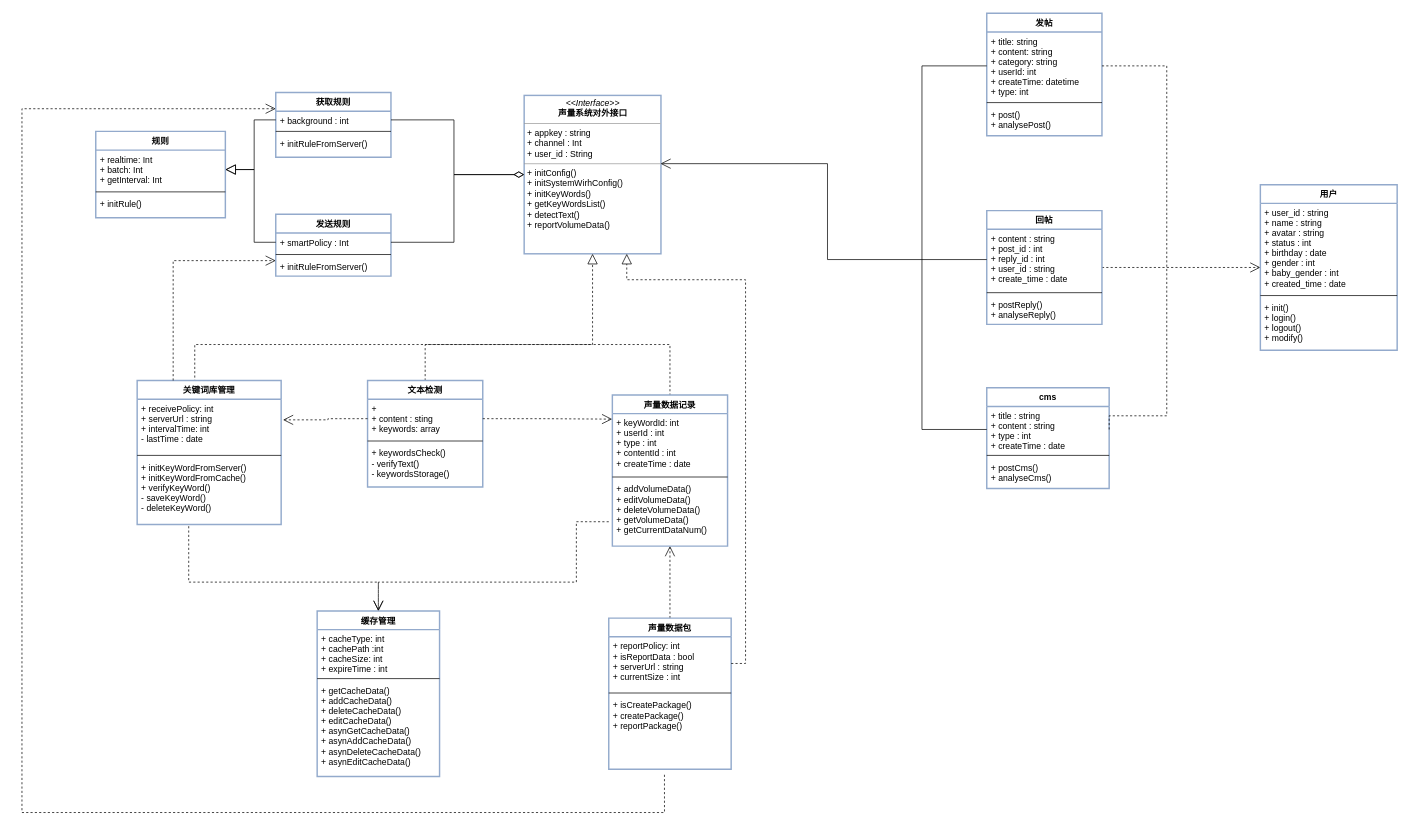
ikeyyang/uml keeps this draw.io diagram as page "Page-4" (4 of 5) of volume system.drawio. Above is the earlier version. Source tidied: cells renumbered, new cells numbered last; positions are measured from the earlier drawing's top-left corner, leaving out a move shared by most shapes. Both pictures are drawn from the tidied source at 72%, with x=0, y=0 at pixel (22, 13).
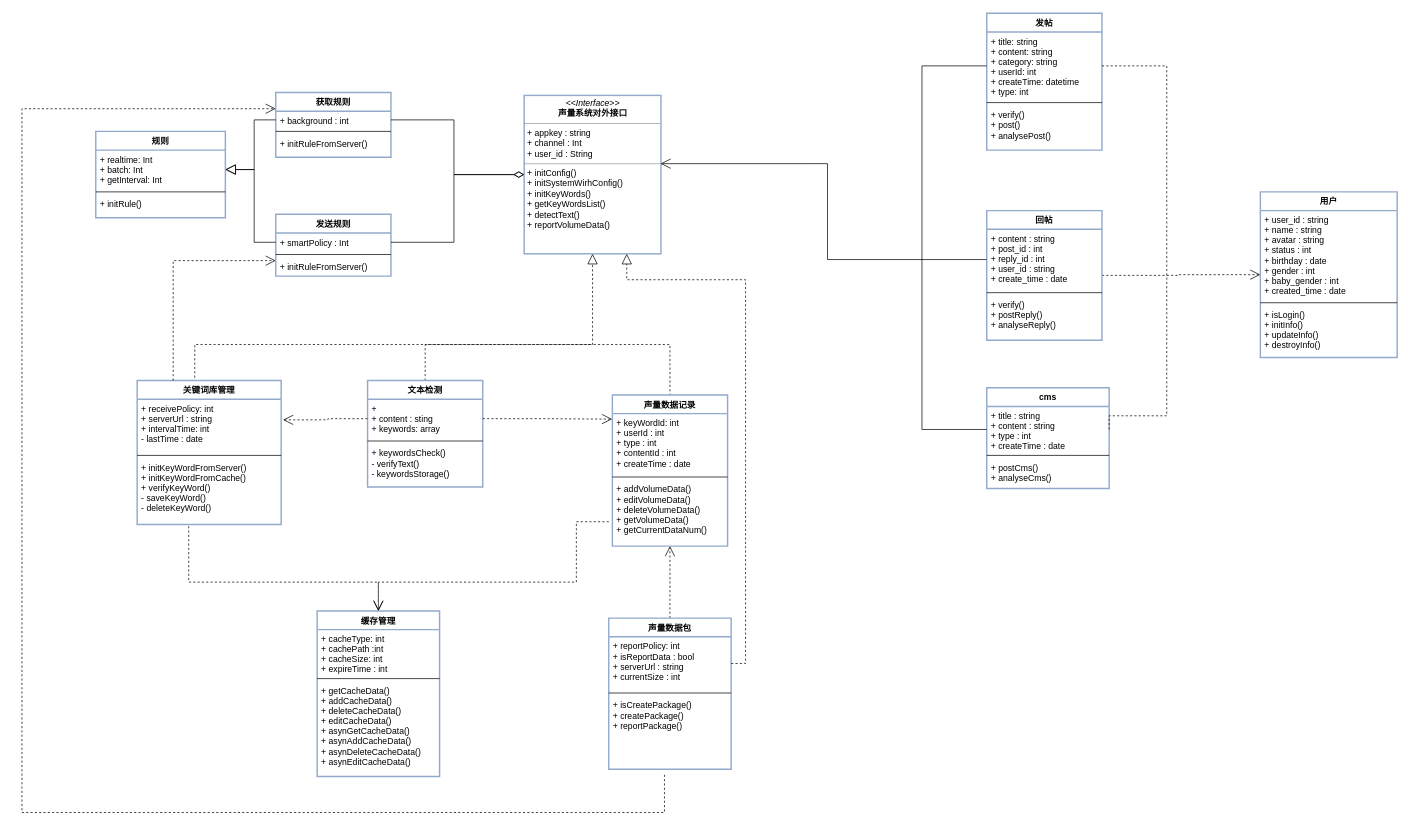
The same page after the edit.

Change to the diagram source:
```diff
@@
     <mxCell id="4" value="回帖" style="swimlane;fontStyle=1;align=center;verticalAlign=top;horizontal=1;startSize=26;strokeColor=#93AACC;strokeWidth=2;fillColor=none;" parent="1" vertex="1">
-      <mxGeometry x="1340" y="274" width="160" height="158" as="geometry" />
+      <mxGeometry x="1340" y="274" width="160" height="180" as="geometry" />
     </mxCell>
@@
-    <mxCell id="7" value="+ postReply()&#10;+ analyseReply()" style="text;strokeColor=none;fillColor=none;align=left;verticalAlign=top;spacingLeft=4;spacingRight=4;overflow=hidden;" parent="4" vertex="1">
-      <mxGeometry y="118" width="160" height="40" as="geometry" />
+    <mxCell id="7" value="+ verify()&#10;+ postReply()&#10;+ analyseReply()" style="text;strokeColor=none;fillColor=none;align=left;verticalAlign=top;spacingLeft=4;spacingRight=4;overflow=hidden;" parent="4" vertex="1">
+      <mxGeometry y="118" width="160" height="62" as="geometry" />
     </mxCell>
@@
     <mxCell id="12" value="发帖" style="swimlane;fontStyle=1;align=center;verticalAlign=top;horizontal=1;startSize=26;strokeColor=#93AACC;strokeWidth=2;fillColor=none;" parent="1" vertex="1">
-      <mxGeometry x="1340" width="160" height="170" as="geometry" />
+      <mxGeometry x="1340" width="160" height="190" as="geometry" />
     </mxCell>
@@
-    <mxCell id="15" value="+ post()&#10;+ analysePost()" style="text;strokeColor=none;fillColor=none;align=left;verticalAlign=top;spacingLeft=4;spacingRight=4;overflow=hidden;whiteSpace=wrap;" parent="12" vertex="1">
-      <mxGeometry y="128" width="160" height="42" as="geometry" />
+    <mxCell id="15" value="+ verify()&#10;+ post()&#10;+ analysePost()" style="text;strokeColor=none;fillColor=none;align=left;verticalAlign=top;spacingLeft=4;spacingRight=4;overflow=hidden;whiteSpace=wrap;" parent="12" vertex="1">
+      <mxGeometry y="128" width="160" height="62" as="geometry" />
     </mxCell>
@@
     <mxCell id="39" value="用户" style="swimlane;fontStyle=1;align=center;verticalAlign=top;horizontal=1;startSize=26;strokeColor=#93AACC;strokeWidth=2;fillColor=none;" parent="1" vertex="1">
-      <mxGeometry x="1720" y="238" width="190" height="230" as="geometry" />
+      <mxGeometry x="1720" y="248" width="190" height="230" as="geometry" />
     </mxCell>
@@
-    <mxCell id="42" value="+ init()&#10;+ login()&#10;+ logout()&#10;+ modify()" style="text;strokeColor=none;fillColor=none;align=left;verticalAlign=top;spacingLeft=4;spacingRight=4;overflow=hidden;" parent="39" vertex="1">
+    <mxCell id="42" value="+ isLogin()&#10;+ initInfo()&#10;+ updateInfo()&#10;+ destroyInfo()&#10;" style="text;strokeColor=none;fillColor=none;align=left;verticalAlign=top;spacingLeft=4;spacingRight=4;overflow=hidden;" parent="39" vertex="1">
       <mxGeometry y="158" width="190" height="72" as="geometry" />
     </mxCell>
```
